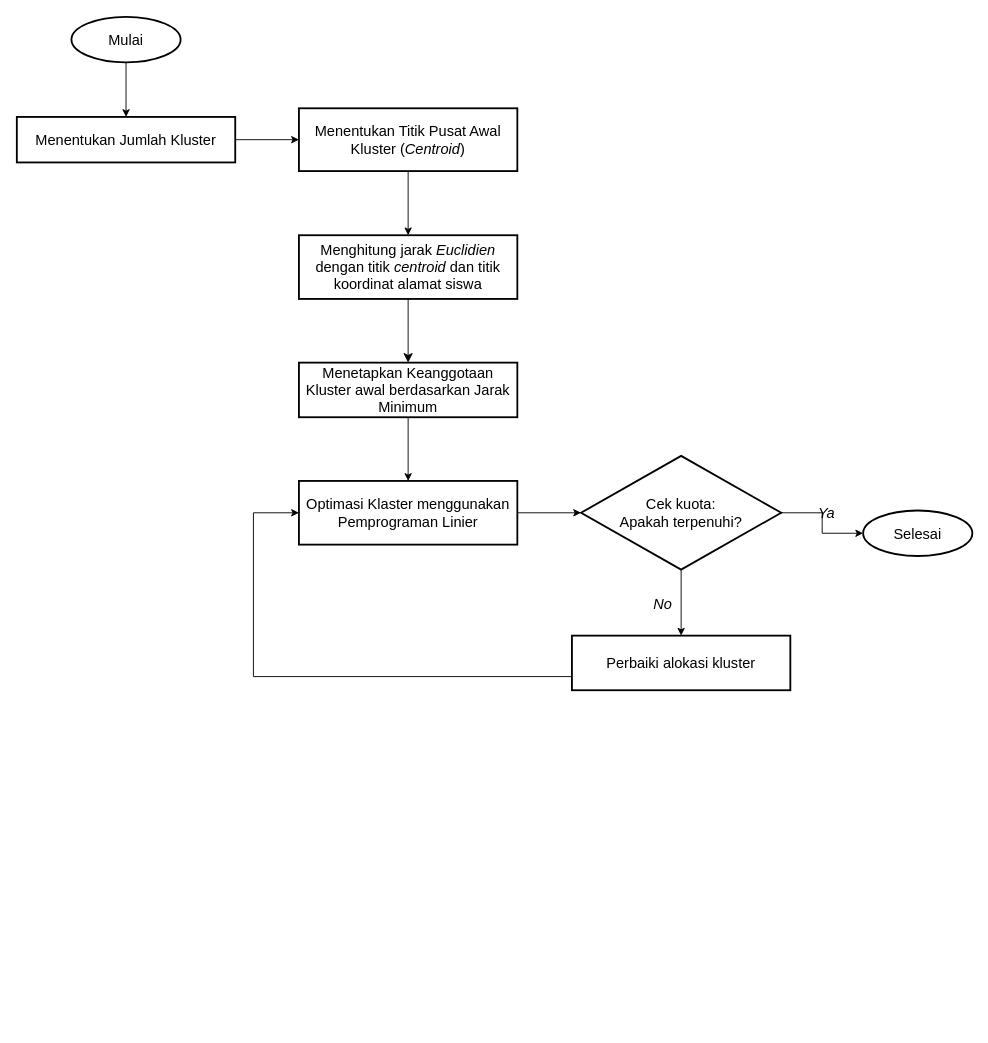
This is page "Halaman-6" (6 of 7) of Diagram Tanpa Judul.drawio from NayaRPL/bebas, a draw.io file, before an edit. Source tidied: cells renumbered, new cells numbered last; positions are measured from the earlier drawing's top-left corner, leaving out a move shared by most shapes. Both pictures are drawn from the tidied source at 91%, with x=0, y=0 at pixel (16, 16).
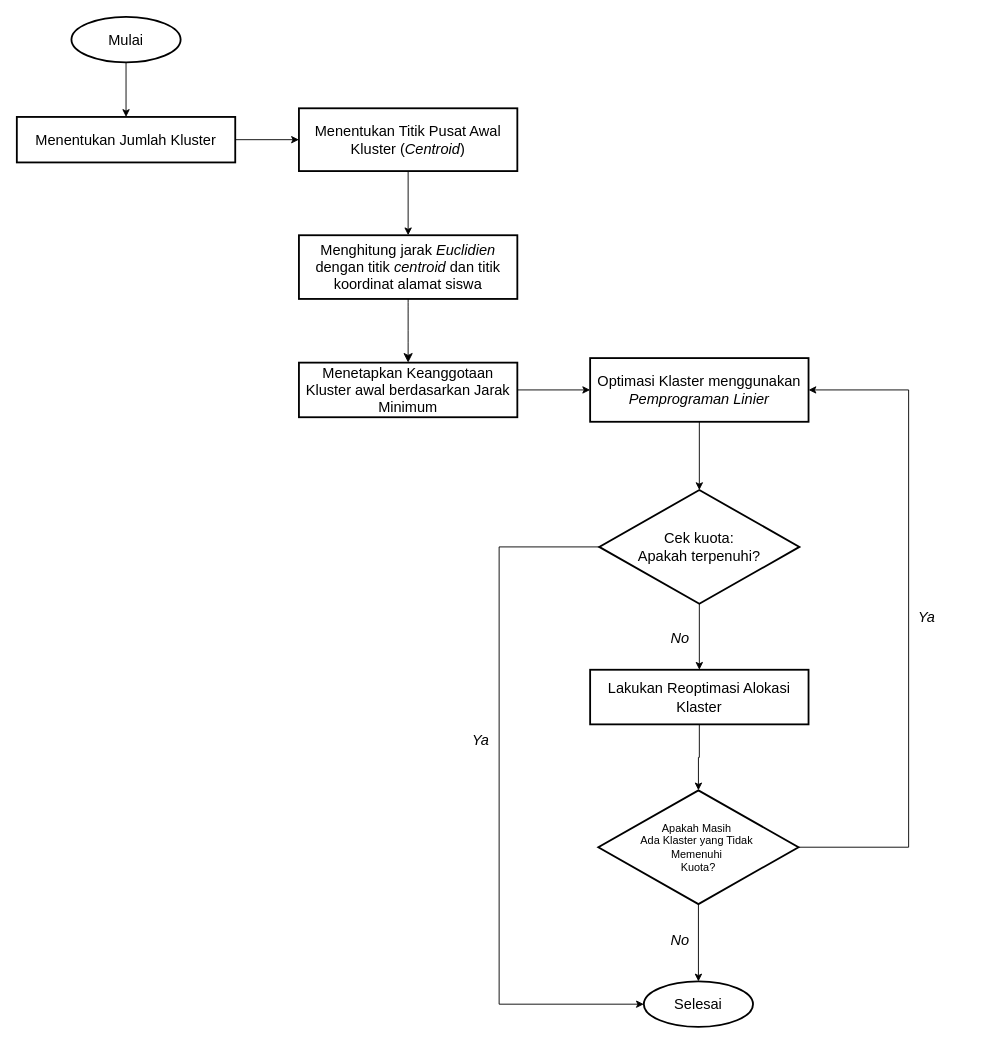
Above is the later version.

Unchanged cells that the change refers to:
```xml
<mxCell id="11" value="&lt;font style=&quot;font-size: 16px;&quot;&gt;Menetapkan Keanggotaan Kluster awal berdasarkan Jarak Minimum&lt;/font&gt;" style="rounded=0;whiteSpace=wrap;html=1;absoluteArcSize=1;arcSize=14;strokeWidth=2;" parent="1" vertex="1">
  <mxGeometry x="310" y="380" width="240" height="60" as="geometry" />
</mxCell>
```

Change to the diagram source:
```diff
@@
-    <mxCell id="10" style="edgeStyle=orthogonalEdgeStyle;rounded=0;jettySize=auto;html=1;exitX=0.5;exitY=1;exitDx=0;exitDy=0;entryX=0.5;entryY=0;entryDx=0;entryDy=0;" parent="1" edge="1" source="11" target="18">
+    <mxCell id="10" style="edgeStyle=orthogonalEdgeStyle;rounded=0;jettySize=auto;html=1;exitX=1;exitY=0.5;exitDx=0;exitDy=0;" parent="1" edge="1" source="11" target="18">
       <mxGeometry relative="1" as="geometry" />
     </mxCell>
@@
-    <mxCell id="13" style="edgeStyle=orthogonalEdgeStyle;rounded=0;jettySize=auto;html=1;exitX=1;exitY=0.5;exitDx=0;exitDy=0;exitPerimeter=0;" parent="1" edge="1" source="14" target="15">
-      <mxGeometry relative="1" as="geometry" />
-    </mxCell>
     <mxCell id="14" value="&lt;font style=&quot;font-size: 16px;&quot;&gt;Cek kuota:&lt;/font&gt;&lt;div&gt;&lt;font style=&quot;font-size: 16px;&quot;&gt;Apakah terpenuhi?&lt;/font&gt;&lt;/div&gt;" style="strokeWidth=2;html=1;shape=mxgraph.flowchart.decision;whiteSpace=wrap;align=center;" parent="1" vertex="1">
-      <mxGeometry x="620" y="482.5" width="220" height="125" as="geometry" />
+      <mxGeometry x="640" y="520" width="220" height="125" as="geometry" />
     </mxCell>
     <mxCell id="15" value="&lt;font style=&quot;font-size: 16px;&quot;&gt;Selesai&lt;/font&gt;" style="strokeWidth=2;html=1;shape=mxgraph.flowchart.start_1;whiteSpace=wrap;" parent="1" vertex="1">
-      <mxGeometry x="930" y="542.5" width="120" height="50" as="geometry" />
+      <mxGeometry x="689" y="1060" width="120" height="50" as="geometry" />
     </mxCell>
     <mxCell id="16" value="&lt;font style=&quot;font-size: 16px;&quot;&gt;&lt;i style=&quot;&quot;&gt;No&lt;/i&gt;&lt;/font&gt;" style="text;html=1;align=center;verticalAlign=middle;whiteSpace=wrap;rounded=0;" parent="1" vertex="1">
-      <mxGeometry x="670" y="630" width="80" height="30" as="geometry" />
+      <mxGeometry x="689" y="667.5" width="80" height="30" as="geometry" />
     </mxCell>
-    <mxCell id="17" style="edgeStyle=orthogonalEdgeStyle;rounded=0;jettySize=auto;html=1;exitX=1;exitY=0.5;exitDx=0;exitDy=0;" parent="1" edge="1" source="18" target="14">
-      <mxGeometry relative="1" as="geometry" />
-    </mxCell>
-    <mxCell id="18" value="&lt;font style=&quot;font-size: 16px;&quot;&gt;Optimasi Klaster menggunakan Pemprograman Linier&lt;/font&gt;" style="rounded=0;whiteSpace=wrap;html=1;absoluteArcSize=1;arcSize=14;strokeWidth=2;" parent="1" vertex="1">
-      <mxGeometry x="310" y="510" width="240" height="70" as="geometry" />
+    <mxCell id="18" value="&lt;font style=&quot;font-size: 16px;&quot;&gt;Optimasi Klaster menggunakan &lt;i&gt;Pemprograman Linier&lt;/i&gt;&lt;/font&gt;" style="rounded=0;whiteSpace=wrap;html=1;absoluteArcSize=1;arcSize=14;strokeWidth=2;" parent="1" vertex="1">
+      <mxGeometry x="630" y="375" width="240" height="70" as="geometry" />
     </mxCell>
     <mxCell id="19" value="&lt;font style=&quot;font-size: 16px;&quot;&gt;&lt;i style=&quot;&quot;&gt;Ya&lt;/i&gt;&lt;/font&gt;" style="text;html=1;align=center;verticalAlign=middle;whiteSpace=wrap;rounded=0;" parent="1" vertex="1">
-      <mxGeometry x="850" y="530" width="80" height="30" as="geometry" />
+      <mxGeometry x="470" y="780" width="80" height="30" as="geometry" />
     </mxCell>
-    <mxCell id="20" style="edgeStyle=orthogonalEdgeStyle;rounded=0;jettySize=auto;html=1;exitX=0;exitY=0.75;exitDx=0;exitDy=0;entryX=0;entryY=0.5;entryDx=0;entryDy=0;" parent="1" edge="1" source="21" target="18">
-      <mxGeometry relative="1" as="geometry">
-        <Array as="points">
-          <mxPoint x="260" y="725" />
-          <mxPoint x="260" y="545" />
-        </Array>
-      </mxGeometry>
-    </mxCell>
+    <mxCell id="22" style="edgeStyle=orthogonalEdgeStyle;rounded=0;jettySize=auto;html=1;exitX=0.5;exitY=1;exitDx=0;exitDy=0;" parent="1" edge="1" source="21" target="24">
+      <mxGeometry relative="1" as="geometry" />
+    </mxCell>
-    <mxCell id="21" value="&lt;font style=&quot;font-size: 16px;&quot;&gt;Perbaiki alokasi kluster&lt;/font&gt;" style="rounded=0;whiteSpace=wrap;html=1;absoluteArcSize=1;arcSize=14;strokeWidth=2;" parent="1" vertex="1">
-      <mxGeometry x="610" y="680" width="240" height="60" as="geometry" />
+    <mxCell id="21" value="&lt;font style=&quot;font-size: 16px;&quot;&gt;Lakukan Reoptimasi Alokasi Klaster&lt;/font&gt;" style="rounded=0;whiteSpace=wrap;html=1;absoluteArcSize=1;arcSize=14;strokeWidth=2;" parent="1" vertex="1">
+      <mxGeometry x="630" y="717.5" width="240" height="60" as="geometry" />
     </mxCell>
+    <mxCell id="17" style="edgeStyle=orthogonalEdgeStyle;rounded=0;jettySize=auto;html=1;exitX=0.5;exitY=1;exitDx=0;exitDy=0;entryX=0.5;entryY=0;entryDx=0;entryDy=0;entryPerimeter=0;" parent="1" edge="1" source="18" target="14">
+      <mxGeometry relative="1" as="geometry" />
+    </mxCell>
+    <mxCell id="23" style="edgeStyle=orthogonalEdgeStyle;rounded=0;jettySize=auto;html=1;exitX=1;exitY=0.5;exitDx=0;exitDy=0;exitPerimeter=0;entryX=1;entryY=0.5;entryDx=0;entryDy=0;" parent="1" edge="1" source="24" target="18">
+      <mxGeometry relative="1" as="geometry">
+        <Array as="points">
+          <mxPoint x="980" y="913" />
+          <mxPoint x="980" y="410" />
+        </Array>
+      </mxGeometry>
+    </mxCell>
+    <mxCell id="24" value="Apakah Masih&amp;nbsp;&lt;div&gt;Ada&amp;nbsp;&lt;span style=&quot;background-color: transparent; color: light-dark(rgb(0, 0, 0), rgb(255, 255, 255));&quot;&gt;Klaster&amp;nbsp;&lt;/span&gt;&lt;span style=&quot;background-color: transparent; color: light-dark(rgb(0, 0, 0), rgb(255, 255, 255));&quot;&gt;yang Tidak&amp;nbsp;&lt;/span&gt;&lt;div&gt;&lt;div&gt;Memenuhi&amp;nbsp;&lt;/div&gt;&lt;div&gt;Kuota?&lt;/div&gt;&lt;/div&gt;&lt;/div&gt;" style="strokeWidth=2;html=1;shape=mxgraph.flowchart.decision;whiteSpace=wrap;align=center;" parent="1" vertex="1">
+      <mxGeometry x="639" y="850" width="220" height="125" as="geometry" />
+    </mxCell>
+    <mxCell id="25" style="edgeStyle=orthogonalEdgeStyle;rounded=0;jettySize=auto;html=1;exitX=0.5;exitY=1;exitDx=0;exitDy=0;exitPerimeter=0;entryX=0.5;entryY=0;entryDx=0;entryDy=0;entryPerimeter=0;" parent="1" edge="1" source="24" target="15">
+      <mxGeometry relative="1" as="geometry" />
+    </mxCell>
+    <mxCell id="13" style="edgeStyle=orthogonalEdgeStyle;rounded=0;jettySize=auto;html=1;exitX=0;exitY=0.5;exitDx=0;exitDy=0;exitPerimeter=0;entryX=0;entryY=0.5;entryDx=0;entryDy=0;entryPerimeter=0;" parent="1" edge="1" source="14" target="15">
+      <mxGeometry relative="1" as="geometry">
+        <Array as="points">
+          <mxPoint x="530" y="583" />
+          <mxPoint x="530" y="1085" />
+        </Array>
+      </mxGeometry>
+    </mxCell>
+    <mxCell id="26" value="&lt;font style=&quot;font-size: 16px;&quot;&gt;&lt;i style=&quot;&quot;&gt;No&lt;/i&gt;&lt;/font&gt;" style="text;html=1;align=center;verticalAlign=middle;whiteSpace=wrap;rounded=0;" parent="1" vertex="1">
+      <mxGeometry x="689" y="1000" width="80" height="30" as="geometry" />
+    </mxCell>
+    <mxCell id="27" value="&lt;font style=&quot;font-size: 16px;&quot;&gt;&lt;i style=&quot;&quot;&gt;Ya&lt;/i&gt;&lt;/font&gt;" style="text;html=1;align=center;verticalAlign=middle;whiteSpace=wrap;rounded=0;" parent="1" vertex="1">
+      <mxGeometry x="960" y="645" width="80" height="30" as="geometry" />
+    </mxCell>
```
